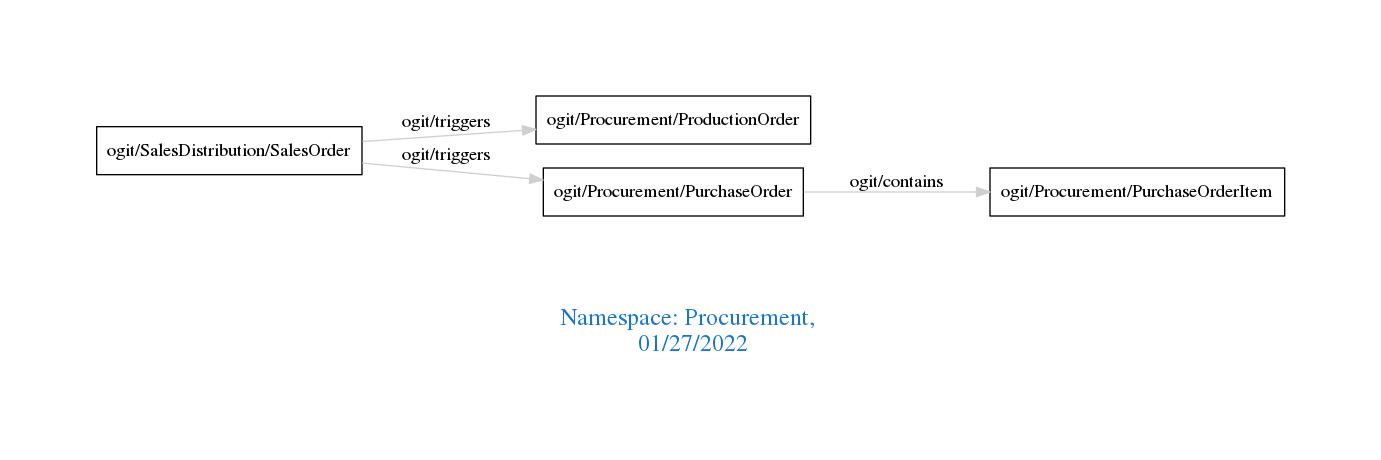
Above: downloads/Procurement.png in arago/OGIT (Graphviz), before the change. Its source is kept beside it as downloads/Procurement.dot.
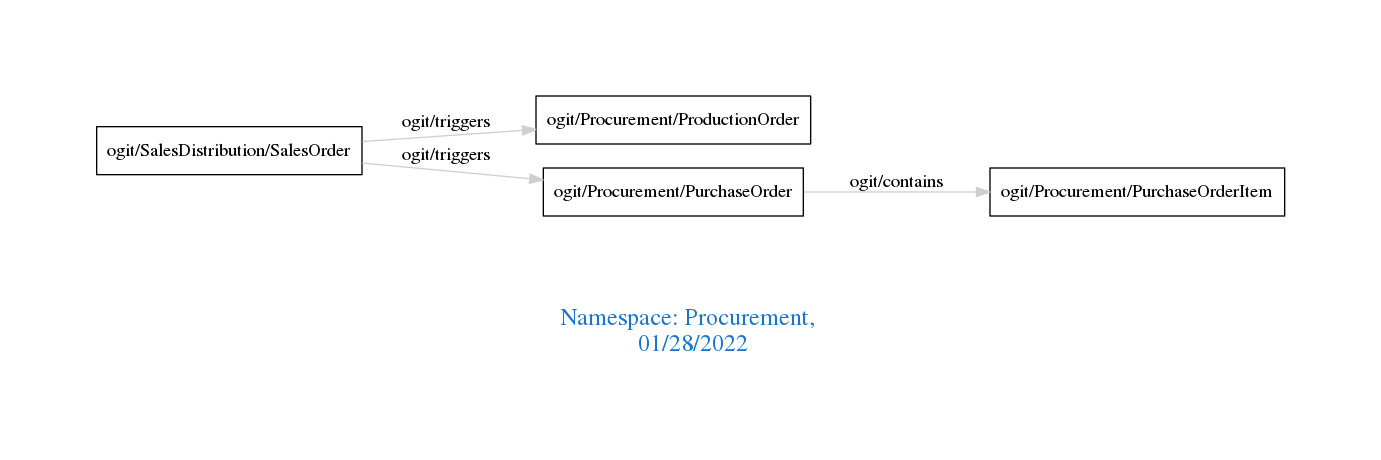
Later version of the same file.

Diff of the diagram source:
```diff
@@ -1,7 +1,7 @@
 digraph OGIT_ontology {
  graph [ rankdir= LR,pad=1
 fontsize = 18,
-fontcolor= dodgerblue3,label = "\n\n\nNamespace: Procurement, \n 01/27/2022"];
+fontcolor= dodgerblue3,label = "\n\n\nNamespace: Procurement, \n 01/28/2022"];
 node[shape=polygon];
 edge [  color="gray81"];
 
```
